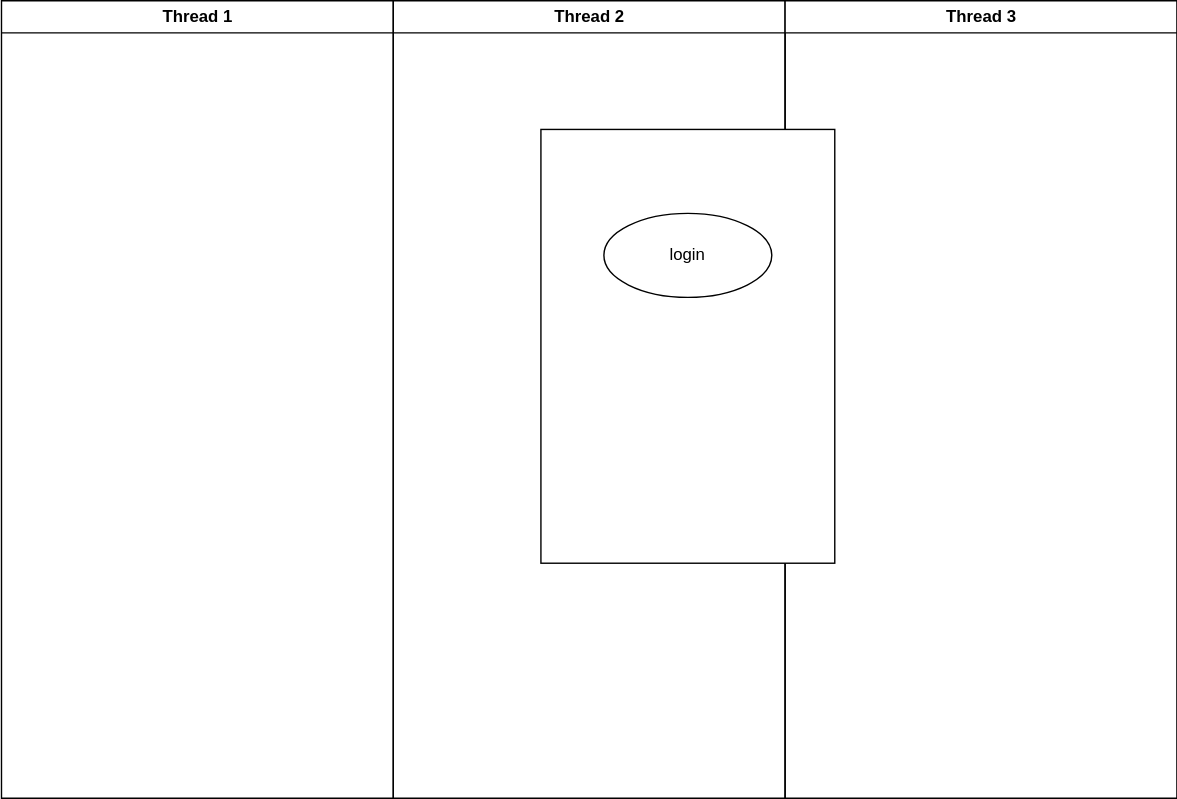
The draw.io diagram Untitled Diagram.svg in samuelpilusa365/myRepo, before a commit. Source tidied: cells renumbered, new cells last; positions are measured from the earlier drawing's top-left corner, leaving out a move shared by most shapes.
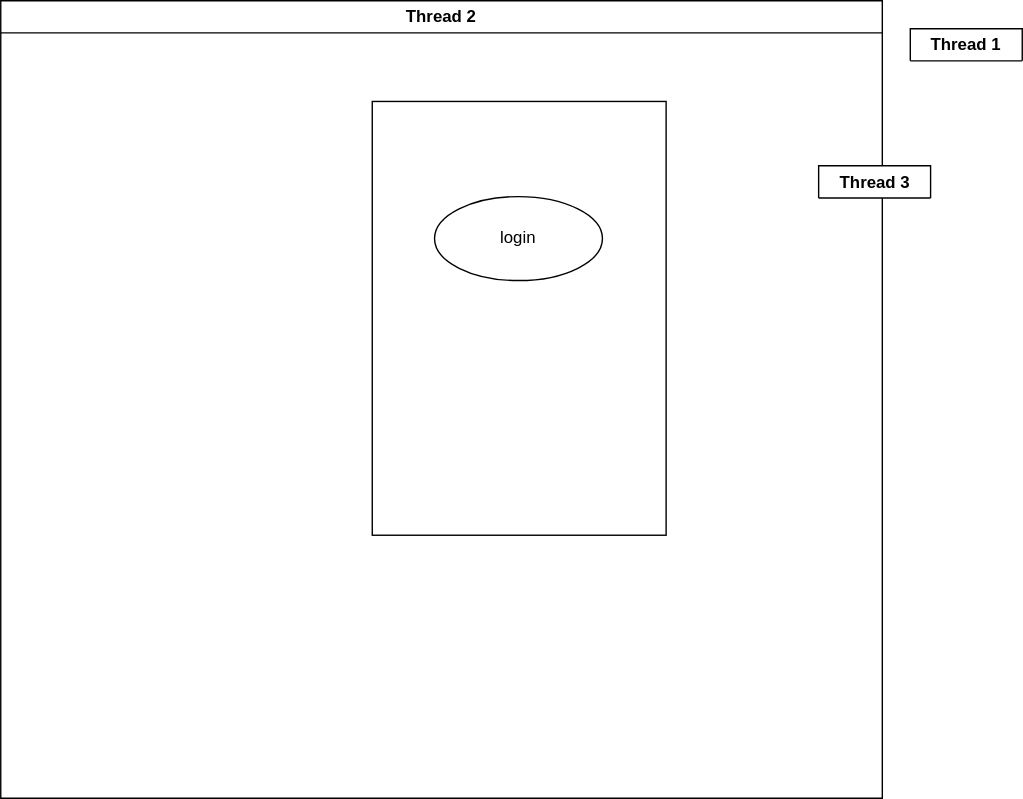
After the commit.

Diff of the diagram source:
```diff
@@ -2,20 +2,20 @@
   <root>
     <mxCell id="0" />
     <mxCell id="1" parent="0" />
-    <mxCell id="2" value="Thread 1" style="swimlane;whiteSpace=wrap;" parent="1" vertex="1">
-      <mxGeometry x="0.5" width="280" height="570" as="geometry" />
+    <mxCell id="2" value="Thread 1" style="swimlane;whiteSpace=wrap;" parent="1" vertex="1" collapsed="1">
+      <mxGeometry x="626" y="-98" width="80" height="23" as="geometry" />
     </mxCell>
     <mxCell id="3" value="Thread 2" style="swimlane;whiteSpace=wrap;" parent="1" vertex="1">
-      <mxGeometry x="280.5" width="280" height="570" as="geometry" />
+      <mxGeometry x="-24" y="-118" width="630" height="570" as="geometry" />
     </mxCell>
-    <mxCell id="4" value="Thread 3" style="swimlane;whiteSpace=wrap;" parent="1" vertex="1">
-      <mxGeometry x="560.5" width="280" height="570" as="geometry" />
-    </mxCell>
-    <mxCell id="5" style="rounded=0;whiteSpace=wrap;html=1;" parent="1" vertex="1">
-      <mxGeometry x="386" y="92" width="210" height="310" as="geometry" />
+    <mxCell id="5" style="rounded=0;whiteSpace=wrap;html=1;" parent="3" vertex="1">
+      <mxGeometry x="265.5" y="72" width="210" height="310" as="geometry" />
     </mxCell>
-    <mxCell id="6" value="login" style="ellipse;whiteSpace=wrap;html=1;" parent="1" vertex="1">
-      <mxGeometry x="431" y="152" width="120" height="60" as="geometry" />
+    <mxCell id="6" value="login" style="ellipse;whiteSpace=wrap;html=1;" parent="3" vertex="1">
+      <mxGeometry x="310" y="140" width="120" height="60" as="geometry" />
     </mxCell>
+    <mxCell id="4" value="Thread 3" style="swimlane;whiteSpace=wrap;" parent="1" vertex="1" collapsed="1">
+      <mxGeometry x="560.5" width="80" height="23" as="geometry" />
+    </mxCell>
   </root>
 </mxGraphModel>
```
